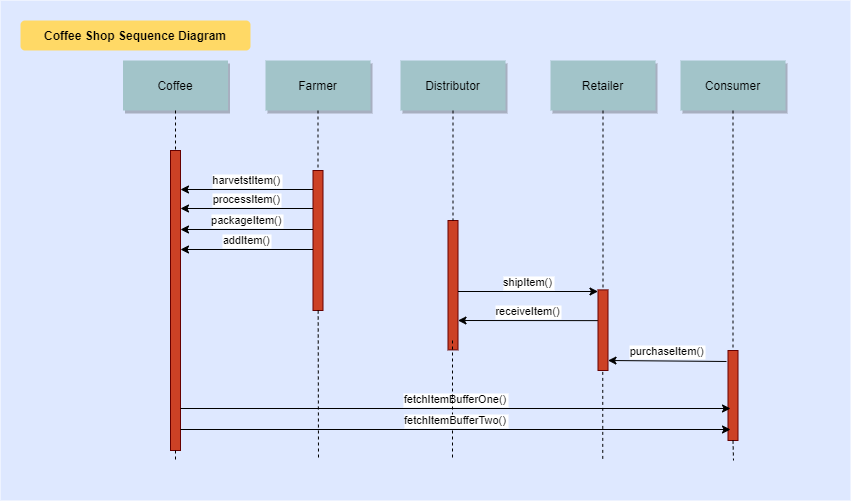
Earlier version of the draw.io export Architect a Blockchain Supply Chain Solution/Sequence Diagram.png (xkaraman/BlockChain-Nanodegree). Source tidied: cells renumbered, new cells last; positions are measured from the earlier drawing's top-left corner, leaving out a move shared by most shapes. The source it was exported from:
```xml
<mxGraphModel>
  <root>
    <mxCell id="0" />
    <mxCell id="1" parent="0" />
    <mxCell id="2" value="buyItem()" style="edgeStyle=none;verticalLabelPosition=top;verticalAlign=bottom;exitX=0;exitY=0.25;exitDx=0;exitDy=0;" parent="1" edge="1">
      <mxGeometry x="382.5" y="151.5" as="geometry">
        <mxPoint x="455" y="239.5" as="sourcePoint" />
        <mxPoint x="322.5" y="239.5" as="targetPoint" />
      </mxGeometry>
    </mxCell>
    <mxCell id="3" style="fillColor=#DEE8FF;strokeColor=none;" parent="1" vertex="1">
      <mxGeometry width="850" height="500" as="geometry" />
    </mxCell>
    <mxCell id="4" style="fillColor=#CC4125;strokeColor=#660000;" parent="1" vertex="1">
      <mxGeometry x="170" y="150" width="10" height="300" as="geometry" />
    </mxCell>
    <mxCell id="5" value="Coffee" style="shadow=1;fillColor=#A2C4C9;strokeColor=none;" parent="1" vertex="1">
      <mxGeometry x="122.5" y="60" width="105" height="50" as="geometry" />
    </mxCell>
    <mxCell id="6" style="fillColor=#CC4125;strokeColor=#660000;" parent="1" vertex="1">
      <mxGeometry x="312.5" y="170" width="10" height="140" as="geometry" />
    </mxCell>
    <mxCell id="7" value="Farmer" style="shadow=1;fillColor=#A2C4C9;strokeColor=none;" parent="1" vertex="1">
      <mxGeometry x="265" y="60" width="105" height="50" as="geometry" />
    </mxCell>
    <mxCell id="8" style="edgeStyle=none;endArrow=none;dashed=1;" parent="1" edge="1" source="7" target="6">
      <mxGeometry x="272.3" y="165" as="geometry" />
    </mxCell>
    <mxCell id="9" style="fillColor=#CC4125;strokeColor=#660000;" parent="1" vertex="1">
      <mxGeometry x="447.5" y="220" width="10" height="129.4" as="geometry" />
    </mxCell>
    <mxCell id="10" value="Distributor" style="shadow=1;fillColor=#A2C4C9;strokeColor=none;" parent="1" vertex="1">
      <mxGeometry x="400" y="60" width="105" height="50" as="geometry" />
    </mxCell>
    <mxCell id="11" style="edgeStyle=none;endArrow=none;dashed=1;" parent="1" edge="1" source="10" target="9">
      <mxGeometry x="422" y="175" as="geometry" />
    </mxCell>
    <mxCell id="12" value="Retailer" style="shadow=1;fillColor=#A2C4C9;strokeColor=none;" parent="1" vertex="1">
      <mxGeometry x="550" y="60" width="105" height="50" as="geometry" />
    </mxCell>
    <mxCell id="13" style="edgeStyle=none;endArrow=none;dashed=1;" parent="1" edge="1" source="12" target="30">
      <mxGeometry x="557.3" y="165" as="geometry" />
    </mxCell>
    <mxCell id="14" value="Consumer" style="shadow=1;fillColor=#A2C4C9;strokeColor=none;" parent="1" vertex="1">
      <mxGeometry x="680" y="60" width="105" height="50" as="geometry" />
    </mxCell>
    <mxCell id="15" style="edgeStyle=elbowEdgeStyle;elbow=horizontal;endArrow=none;dashed=1;" parent="1" edge="1" source="5" target="4">
      <mxGeometry x="230" y="310" as="geometry" />
    </mxCell>
    <mxCell id="16" value="shipItem()" style="edgeStyle=elbowEdgeStyle;elbow=vertical;verticalLabelPosition=top;verticalAlign=bottom;" parent="1" edge="1" source="9">
      <mxGeometry x="380" y="261.7" as="geometry">
        <mxPoint x="597.5" y="291.1" as="targetPoint" />
      </mxGeometry>
    </mxCell>
    <mxCell id="17" style="edgeStyle=elbowEdgeStyle;elbow=horizontal;endArrow=none;dashed=1;" parent="1" edge="1">
      <mxGeometry x="762.3" y="240" as="geometry">
        <mxPoint x="602.3" y="329.4" as="sourcePoint" />
        <mxPoint x="602" y="460" as="targetPoint" />
        <Array as="points">
          <mxPoint x="602.3" y="350" />
        </Array>
      </mxGeometry>
    </mxCell>
    <mxCell id="18" style="edgeStyle=none;endArrow=none;dashed=1;" parent="1" edge="1" source="6">
      <mxGeometry x="376.6" y="339.7" as="geometry">
        <mxPoint x="318" y="460" as="targetPoint" />
      </mxGeometry>
    </mxCell>
    <mxCell id="19" value="Coffee Shop Sequence Diagram" style="rounded=1;fontStyle=1;fillColor=#FFD966;strokeColor=none;" parent="1" vertex="1">
      <mxGeometry x="20" y="20" width="230" height="30" as="geometry" />
    </mxCell>
    <mxCell id="20" style="fillColor=#CC4125;strokeColor=#660000;" parent="1" vertex="1">
      <mxGeometry x="727.5" y="350" width="10" height="90" as="geometry" />
    </mxCell>
    <mxCell id="21" style="edgeStyle=none;endArrow=none;dashed=1;" parent="1" edge="1" source="14" target="20">
      <mxGeometry x="714.1" y="205" as="geometry" />
    </mxCell>
    <mxCell id="22" style="edgeStyle=none;endArrow=none;dashed=1;startArrow=none;exitX=0.5;exitY=1;exitDx=0;exitDy=0;" parent="1" edge="1" source="4">
      <mxGeometry x="156.1" y="205" as="geometry">
        <mxPoint x="175" y="460" as="targetPoint" />
      </mxGeometry>
    </mxCell>
    <mxCell id="23" value="fetchItemBufferOne()" style="edgeStyle=none;verticalLabelPosition=top;verticalAlign=bottom;" parent="1" edge="1">
      <mxGeometry x="220" y="320.5" as="geometry">
        <mxPoint x="180" y="408" as="sourcePoint" />
        <mxPoint x="730" y="408" as="targetPoint" />
      </mxGeometry>
    </mxCell>
    <mxCell id="24" value="harvetstItem()" style="edgeStyle=none;verticalLabelPosition=top;verticalAlign=bottom;exitX=0;exitY=0.25;exitDx=0;exitDy=0;" parent="1" edge="1">
      <mxGeometry x="240" y="101" as="geometry">
        <mxPoint x="312.5" y="189" as="sourcePoint" />
        <mxPoint x="180" y="189" as="targetPoint" />
      </mxGeometry>
    </mxCell>
    <mxCell id="25" value="processItem()" style="edgeStyle=none;verticalLabelPosition=top;verticalAlign=bottom;exitX=0;exitY=0.25;exitDx=0;exitDy=0;" parent="1" edge="1">
      <mxGeometry x="240" y="120" as="geometry">
        <mxPoint x="312.5" y="208" as="sourcePoint" />
        <mxPoint x="180" y="208" as="targetPoint" />
      </mxGeometry>
    </mxCell>
    <mxCell id="26" value="packageItem()" style="edgeStyle=none;verticalLabelPosition=top;verticalAlign=bottom;exitX=0;exitY=0.25;exitDx=0;exitDy=0;" parent="1" edge="1">
      <mxGeometry x="240" y="141" as="geometry">
        <mxPoint x="312.5" y="229" as="sourcePoint" />
        <mxPoint x="180" y="229" as="targetPoint" />
      </mxGeometry>
    </mxCell>
    <mxCell id="27" value="addItem()" style="edgeStyle=none;verticalLabelPosition=top;verticalAlign=bottom;exitX=0;exitY=0.25;exitDx=0;exitDy=0;" parent="1" edge="1">
      <mxGeometry x="240" y="161" as="geometry">
        <mxPoint x="312.5" y="249" as="sourcePoint" />
        <mxPoint x="180" y="249" as="targetPoint" />
      </mxGeometry>
    </mxCell>
    <mxCell id="28" style="edgeStyle=none;endArrow=none;dashed=1;" parent="1" edge="1">
      <mxGeometry x="421.5" y="405" as="geometry">
        <mxPoint x="452" y="340" as="sourcePoint" />
        <mxPoint x="452" y="460" as="targetPoint" />
      </mxGeometry>
    </mxCell>
    <mxCell id="29" value="receiveItem()" style="edgeStyle=elbowEdgeStyle;elbow=vertical;verticalLabelPosition=top;verticalAlign=bottom;" parent="1" edge="1">
      <mxGeometry x="380" y="290.7" as="geometry">
        <mxPoint x="597.5" y="320.1" as="sourcePoint" />
        <mxPoint x="457.5" y="320" as="targetPoint" />
      </mxGeometry>
    </mxCell>
    <mxCell id="30" style="fillColor=#CC4125;strokeColor=#660000;" parent="1" vertex="1">
      <mxGeometry x="597.5" y="289.4" width="10" height="80.6" as="geometry" />
    </mxCell>
    <mxCell id="31" value="purchaseItem()" style="edgeStyle=elbowEdgeStyle;elbow=vertical;verticalLabelPosition=top;verticalAlign=bottom;exitX=-0.15;exitY=0.122;exitDx=0;exitDy=0;exitPerimeter=0;" parent="1" edge="1" source="20">
      <mxGeometry x="530" y="330.7" as="geometry">
        <mxPoint x="607.5" y="360" as="targetPoint" />
      </mxGeometry>
    </mxCell>
    <mxCell id="32" style="edgeStyle=none;endArrow=none;dashed=1;startArrow=none;exitX=0.5;exitY=1;exitDx=0;exitDy=0;" parent="1" edge="1" source="20">
      <mxGeometry x="176.1" y="225" as="geometry">
        <mxPoint x="733" y="460" as="targetPoint" />
      </mxGeometry>
    </mxCell>
    <mxCell id="33" value="fetchItemBufferTwo()" style="edgeStyle=none;verticalLabelPosition=top;verticalAlign=bottom;" parent="1" edge="1">
      <mxGeometry x="220" y="341.5" as="geometry">
        <mxPoint x="180" y="429" as="sourcePoint" />
        <mxPoint x="730" y="429" as="targetPoint" />
      </mxGeometry>
    </mxCell>
  </root>
</mxGraphModel>
```
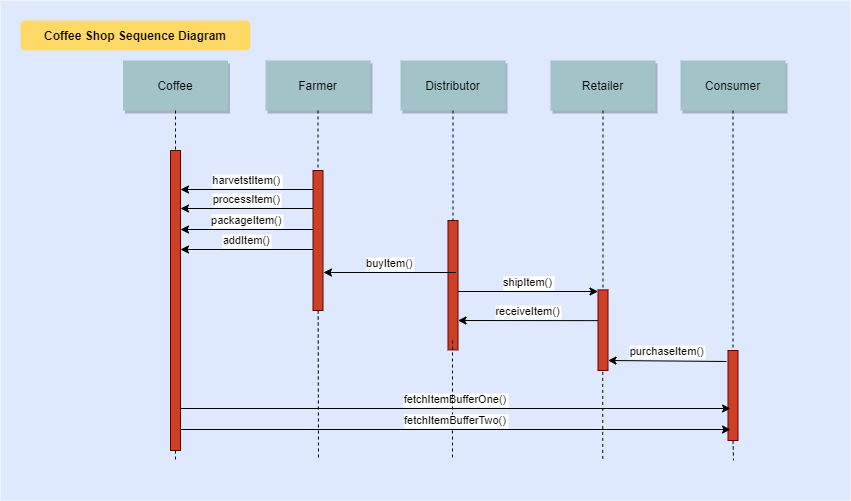
Later version of the same file.

What changed in the source:
```diff
@@ -141,5 +141,11 @@
         <mxPoint x="730" y="429" as="targetPoint" />
       </mxGeometry>
     </mxCell>
+    <mxCell id="34" value="buyItem()" style="edgeStyle=none;verticalLabelPosition=top;verticalAlign=bottom;exitX=0;exitY=0.25;exitDx=0;exitDy=0;" parent="1" edge="1">
+      <mxGeometry x="383" y="184" as="geometry">
+        <mxPoint x="455.5" y="272" as="sourcePoint" />
+        <mxPoint x="323" y="272" as="targetPoint" />
+      </mxGeometry>
+    </mxCell>
   </root>
 </mxGraphModel>
```
